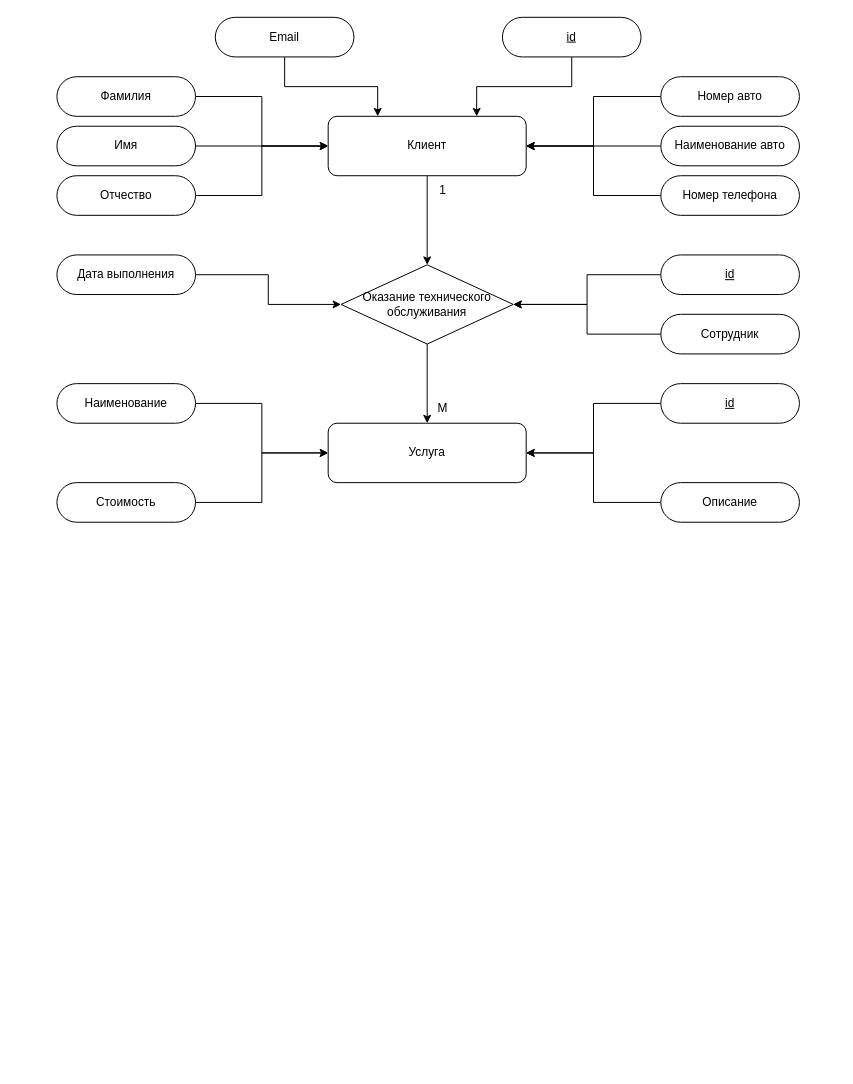
Citizen-code/CourseWork keeps this draw.io diagram as Schemes/Концептуальная модель БД.drawio. Above is the earlier version. Source tidied: cells renumbered, new cells numbered last; positions are measured from the earlier drawing's top-left corner, leaving out a move shared by most shapes. Both pictures are drawn from the tidied source at 99%, with x=0, y=0 at pixel (56, 17).
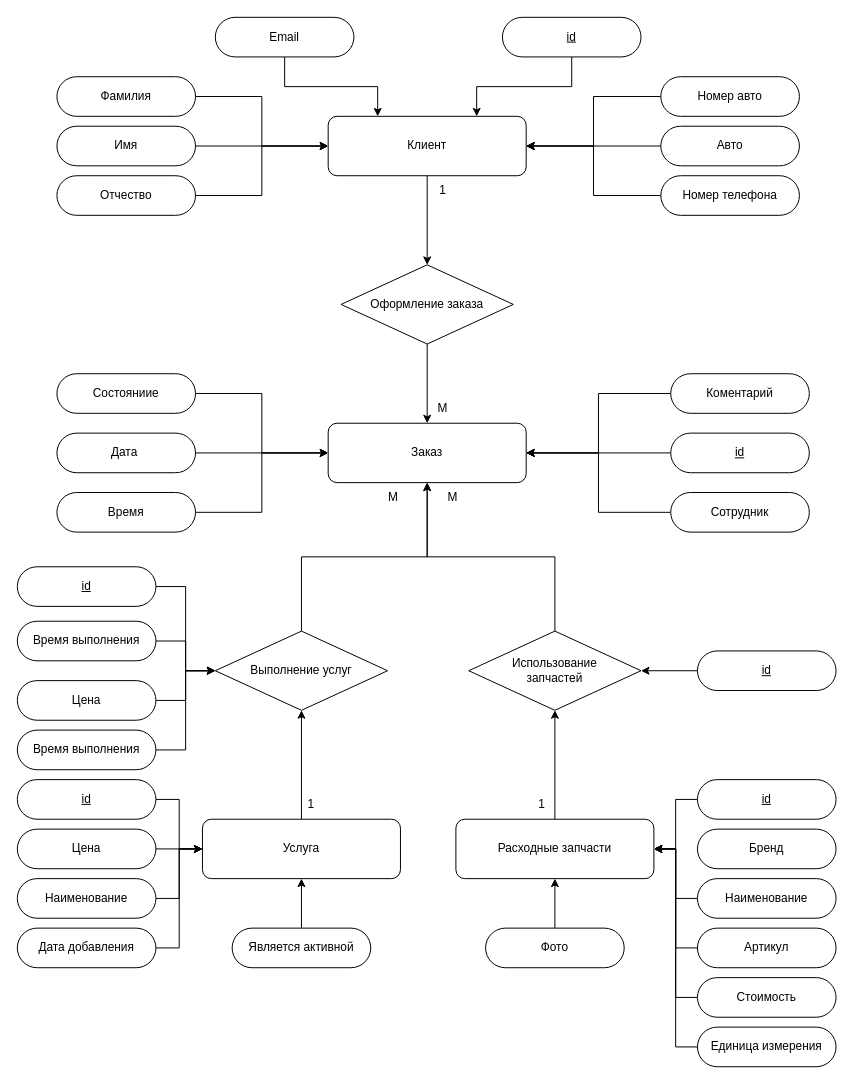
Above is the later version.

What changed in the source:
```diff
@@
-    <mxCell id="4" value="Услуга" style="rounded=1;whiteSpace=wrap;html=1;" parent="1" vertex="1">
-      <mxGeometry x="274" y="410" width="200" height="60" as="geometry" />
-    </mxCell>
-    <mxCell id="5" style="edgeStyle=orthogonalEdgeStyle;rounded=0;jettySize=auto;html=1;" parent="1" edge="1" source="6" target="4">
-      <mxGeometry relative="1" as="geometry" />
-    </mxCell>
+    <mxCell id="39" style="edgeStyle=orthogonalEdgeStyle;rounded=0;jettySize=auto;html=1;exitX=0.5;exitY=1;exitDx=0;exitDy=0;entryX=0.5;entryY=0;entryDx=0;entryDy=0;" parent="1" edge="1" source="6" target="40">
+      <mxGeometry relative="1" as="geometry" />
+    </mxCell>
-    <mxCell id="6" value="Оказание технического обслуживания" style="rhombus;whiteSpace=wrap;html=1;" parent="1" vertex="1">
+    <mxCell id="6" value="Оформление заказа" style="rhombus;whiteSpace=wrap;html=1;" parent="1" vertex="1">
       <mxGeometry x="287" y="250" width="174" height="80" as="geometry" />
     </mxCell>
@@
-    <mxCell id="18" value="Наименование авто" style="rounded=1;whiteSpace=wrap;html=1;arcSize=50;" parent="1" vertex="1">
+    <mxCell id="18" value="Авто" style="rounded=1;whiteSpace=wrap;html=1;arcSize=50;" parent="1" vertex="1">
       <mxGeometry x="610" y="110" width="140" height="40" as="geometry" />
     </mxCell>
@@
-    <mxCell id="23" style="edgeStyle=orthogonalEdgeStyle;rounded=0;jettySize=auto;html=1;exitX=0;exitY=0.5;exitDx=0;exitDy=0;entryX=1;entryY=0.5;entryDx=0;entryDy=0;" parent="1" edge="1" source="24" target="6">
-      <mxGeometry relative="1" as="geometry" />
-    </mxCell>
-    <mxCell id="24" value="&lt;u&gt;id&lt;/u&gt;" style="rounded=1;whiteSpace=wrap;html=1;arcSize=50;" parent="1" vertex="1">
-      <mxGeometry x="610" y="240" width="140" height="40" as="geometry" />
-    </mxCell>
-    <mxCell id="25" style="edgeStyle=orthogonalEdgeStyle;rounded=0;jettySize=auto;html=1;exitX=0;exitY=0.5;exitDx=0;exitDy=0;entryX=1;entryY=0.5;entryDx=0;entryDy=0;" parent="1" edge="1" source="26" target="6">
-      <mxGeometry relative="1" as="geometry" />
-    </mxCell>
+    <mxCell id="37" value="1" style="text;html=1;strokeColor=none;fillColor=none;align=center;verticalAlign=middle;whiteSpace=wrap;rounded=0;" parent="1" vertex="1">
+      <mxGeometry x="360" y="160" width="60" height="30" as="geometry" />
+    </mxCell>
+    <mxCell id="40" value="Заказ" style="rounded=1;whiteSpace=wrap;html=1;" parent="1" vertex="1">
+      <mxGeometry x="274" y="410" width="200" height="60" as="geometry" />
+    </mxCell>
+    <mxCell id="41" style="edgeStyle=orthogonalEdgeStyle;rounded=0;jettySize=auto;html=1;exitX=0.5;exitY=0;exitDx=0;exitDy=0;entryX=0.5;entryY=1;entryDx=0;entryDy=0;" parent="1" edge="1" source="4" target="56">
+      <mxGeometry relative="1" as="geometry" />
+    </mxCell>
+    <mxCell id="4" value="Услуга" style="rounded=1;whiteSpace=wrap;html=1;" parent="1" vertex="1">
+      <mxGeometry x="147" y="810" width="200" height="60" as="geometry" />
+    </mxCell>
+    <mxCell id="42" style="edgeStyle=orthogonalEdgeStyle;rounded=0;jettySize=auto;html=1;exitX=0;exitY=0.5;exitDx=0;exitDy=0;entryX=1;entryY=0.5;entryDx=0;entryDy=0;" parent="1" edge="1" source="43" target="40">
+      <mxGeometry relative="1" as="geometry" />
+    </mxCell>
+    <mxCell id="43" value="&lt;u&gt;id&lt;/u&gt;" style="rounded=1;whiteSpace=wrap;html=1;arcSize=50;" parent="1" vertex="1">
+      <mxGeometry x="620" y="420" width="140" height="40" as="geometry" />
+    </mxCell>
+    <mxCell id="44" style="edgeStyle=orthogonalEdgeStyle;rounded=0;jettySize=auto;html=1;exitX=1;exitY=0.5;exitDx=0;exitDy=0;entryX=0;entryY=0.5;entryDx=0;entryDy=0;" parent="1" edge="1" source="45" target="40">
+      <mxGeometry relative="1" as="geometry" />
+    </mxCell>
+    <mxCell id="45" value="Дата&amp;nbsp;" style="rounded=1;whiteSpace=wrap;html=1;arcSize=50;" parent="1" vertex="1">
+      <mxGeometry y="420" width="140" height="40" as="geometry" />
+    </mxCell>
+    <mxCell id="46" style="edgeStyle=orthogonalEdgeStyle;rounded=0;jettySize=auto;html=1;exitX=1;exitY=0.5;exitDx=0;exitDy=0;entryX=0;entryY=0.5;entryDx=0;entryDy=0;" parent="1" edge="1" source="47" target="40">
+      <mxGeometry relative="1" as="geometry" />
+    </mxCell>
+    <mxCell id="47" value="Время" style="rounded=1;whiteSpace=wrap;html=1;arcSize=50;" parent="1" vertex="1">
+      <mxGeometry y="480" width="140" height="40" as="geometry" />
+    </mxCell>
+    <mxCell id="48" style="edgeStyle=orthogonalEdgeStyle;rounded=0;jettySize=auto;html=1;exitX=1;exitY=0.5;exitDx=0;exitDy=0;entryX=0;entryY=0.5;entryDx=0;entryDy=0;" parent="1" edge="1" source="49" target="40">
+      <mxGeometry relative="1" as="geometry" />
+    </mxCell>
+    <mxCell id="49" value="Состояниие" style="rounded=1;whiteSpace=wrap;html=1;arcSize=50;" parent="1" vertex="1">
+      <mxGeometry y="360" width="140" height="40" as="geometry" />
+    </mxCell>
+    <mxCell id="50" style="edgeStyle=orthogonalEdgeStyle;rounded=0;jettySize=auto;html=1;exitX=0;exitY=0.5;exitDx=0;exitDy=0;entryX=1;entryY=0.5;entryDx=0;entryDy=0;" parent="1" edge="1" source="51" target="40">
+      <mxGeometry relative="1" as="geometry" />
+    </mxCell>
+    <mxCell id="51" value="Коментарий" style="rounded=1;whiteSpace=wrap;html=1;arcSize=50;" parent="1" vertex="1">
+      <mxGeometry x="620" y="360" width="140" height="40" as="geometry" />
+    </mxCell>
+    <mxCell id="52" style="edgeStyle=orthogonalEdgeStyle;rounded=0;jettySize=auto;html=1;exitX=0;exitY=0.5;exitDx=0;exitDy=0;entryX=1;entryY=0.5;entryDx=0;entryDy=0;" parent="1" edge="1" source="26" target="40">
+      <mxGeometry relative="1" as="geometry" />
+    </mxCell>
     <mxCell id="26" value="Сотрудник" style="rounded=1;whiteSpace=wrap;html=1;arcSize=50;" parent="1" vertex="1">
-      <mxGeometry x="610" y="300" width="140" height="40" as="geometry" />
+      <mxGeometry x="620" y="480" width="140" height="40" as="geometry" />
     </mxCell>
-    <mxCell id="27" style="edgeStyle=orthogonalEdgeStyle;rounded=0;jettySize=auto;html=1;exitX=1;exitY=0.5;exitDx=0;exitDy=0;entryX=0;entryY=0.5;entryDx=0;entryDy=0;" parent="1" edge="1" source="28" target="6">
-      <mxGeometry relative="1" as="geometry" />
-    </mxCell>
-    <mxCell id="28" value="Дата выполнения" style="rounded=1;whiteSpace=wrap;html=1;arcSize=50;" parent="1" vertex="1">
-      <mxGeometry y="240" width="140" height="40" as="geometry" />
-    </mxCell>
-    <mxCell id="29" style="edgeStyle=orthogonalEdgeStyle;rounded=0;jettySize=auto;html=1;exitX=0;exitY=0.5;exitDx=0;exitDy=0;entryX=1;entryY=0.5;entryDx=0;entryDy=0;" parent="1" edge="1" source="30" target="4">
-      <mxGeometry relative="1" as="geometry" />
-    </mxCell>
-    <mxCell id="30" value="&lt;u&gt;id&lt;/u&gt;" style="rounded=1;whiteSpace=wrap;html=1;arcSize=50;" parent="1" vertex="1">
-      <mxGeometry x="610" y="370" width="140" height="40" as="geometry" />
-    </mxCell>
-    <mxCell id="31" style="edgeStyle=orthogonalEdgeStyle;rounded=0;jettySize=auto;html=1;exitX=0;exitY=0.5;exitDx=0;exitDy=0;entryX=1;entryY=0.5;entryDx=0;entryDy=0;" parent="1" edge="1" source="32" target="4">
-      <mxGeometry relative="1" as="geometry" />
-    </mxCell>
-    <mxCell id="32" value="Описание" style="rounded=1;whiteSpace=wrap;html=1;arcSize=50;" parent="1" vertex="1">
-      <mxGeometry x="610" y="470" width="140" height="40" as="geometry" />
-    </mxCell>
-    <mxCell id="33" style="edgeStyle=orthogonalEdgeStyle;rounded=0;jettySize=auto;html=1;exitX=1;exitY=0.5;exitDx=0;exitDy=0;entryX=0;entryY=0.5;entryDx=0;entryDy=0;" parent="1" edge="1" source="34" target="4">
-      <mxGeometry relative="1" as="geometry" />
-    </mxCell>
-    <mxCell id="34" value="Наименование" style="rounded=1;whiteSpace=wrap;html=1;arcSize=50;" parent="1" vertex="1">
-      <mxGeometry y="370" width="140" height="40" as="geometry" />
-    </mxCell>
-    <mxCell id="35" style="edgeStyle=orthogonalEdgeStyle;rounded=0;jettySize=auto;html=1;exitX=1;exitY=0.5;exitDx=0;exitDy=0;entryX=0;entryY=0.5;entryDx=0;entryDy=0;" parent="1" edge="1" source="36" target="4">
-      <mxGeometry relative="1" as="geometry" />
-    </mxCell>
+    <mxCell id="53" style="edgeStyle=orthogonalEdgeStyle;rounded=0;jettySize=auto;html=1;exitX=0.5;exitY=0;exitDx=0;exitDy=0;entryX=0.5;entryY=1;entryDx=0;entryDy=0;" parent="1" edge="1" source="54" target="65">
+      <mxGeometry relative="1" as="geometry" />
+    </mxCell>
+    <mxCell id="54" value="Расходные запчасти" style="rounded=1;whiteSpace=wrap;html=1;" parent="1" vertex="1">
+      <mxGeometry x="403" y="810" width="200" height="60" as="geometry" />
+    </mxCell>
+    <mxCell id="55" style="edgeStyle=orthogonalEdgeStyle;rounded=0;jettySize=auto;html=1;exitX=0.5;exitY=0;exitDx=0;exitDy=0;entryX=0.5;entryY=1;entryDx=0;entryDy=0;" parent="1" edge="1" source="56" target="40">
+      <mxGeometry relative="1" as="geometry" />
+    </mxCell>
+    <mxCell id="56" value="Выполнение услуг" style="rhombus;whiteSpace=wrap;html=1;" parent="1" vertex="1">
+      <mxGeometry x="160" y="620" width="174" height="80" as="geometry" />
+    </mxCell>
+    <mxCell id="57" value="М" style="text;html=1;strokeColor=none;fillColor=none;align=center;verticalAlign=middle;whiteSpace=wrap;rounded=0;" parent="1" vertex="1">
+      <mxGeometry x="360" y="380" width="60" height="30" as="geometry" />
+    </mxCell>
+    <mxCell id="58" style="edgeStyle=orthogonalEdgeStyle;rounded=0;jettySize=auto;html=1;exitX=1;exitY=0.5;exitDx=0;exitDy=0;entryX=0;entryY=0.5;entryDx=0;entryDy=0;" parent="1" edge="1" source="59" target="56">
+      <mxGeometry relative="1" as="geometry" />
+    </mxCell>
+    <mxCell id="59" value="&lt;u&gt;id&lt;/u&gt;" style="rounded=1;whiteSpace=wrap;html=1;arcSize=50;" parent="1" vertex="1">
+      <mxGeometry x="-40" y="555" width="140" height="40" as="geometry" />
+    </mxCell>
+    <mxCell id="60" style="edgeStyle=orthogonalEdgeStyle;rounded=0;jettySize=auto;html=1;exitX=1;exitY=0.5;exitDx=0;exitDy=0;entryX=0;entryY=0.5;entryDx=0;entryDy=0;" parent="1" edge="1" source="61" target="56">
+      <mxGeometry relative="1" as="geometry" />
+    </mxCell>
+    <mxCell id="61" value="Время выполнения" style="rounded=1;whiteSpace=wrap;html=1;arcSize=50;" parent="1" vertex="1">
+      <mxGeometry x="-40" y="610" width="140" height="40" as="geometry" />
+    </mxCell>
+    <mxCell id="62" style="edgeStyle=orthogonalEdgeStyle;rounded=0;jettySize=auto;html=1;exitX=1;exitY=0.5;exitDx=0;exitDy=0;entryX=0;entryY=0.5;entryDx=0;entryDy=0;" parent="1" edge="1" source="63" target="56">
+      <mxGeometry relative="1" as="geometry" />
+    </mxCell>
+    <mxCell id="63" value="Время выполнения" style="rounded=1;whiteSpace=wrap;html=1;arcSize=50;" parent="1" vertex="1">
+      <mxGeometry x="-40" y="720" width="140" height="40" as="geometry" />
+    </mxCell>
+    <mxCell id="64" style="edgeStyle=orthogonalEdgeStyle;rounded=0;jettySize=auto;html=1;exitX=0.5;exitY=0;exitDx=0;exitDy=0;entryX=0.5;entryY=1;entryDx=0;entryDy=0;" parent="1" edge="1" source="65" target="40">
+      <mxGeometry relative="1" as="geometry" />
+    </mxCell>
+    <mxCell id="65" value="Использование &lt;br&gt;запчастей" style="rhombus;whiteSpace=wrap;html=1;" parent="1" vertex="1">
+      <mxGeometry x="416" y="620" width="174" height="80" as="geometry" />
+    </mxCell>
+    <mxCell id="66" style="edgeStyle=orthogonalEdgeStyle;rounded=0;jettySize=auto;html=1;exitX=0;exitY=0.5;exitDx=0;exitDy=0;entryX=1;entryY=0.5;entryDx=0;entryDy=0;" parent="1" edge="1" source="67" target="65">
+      <mxGeometry relative="1" as="geometry" />
+    </mxCell>
+    <mxCell id="67" value="&lt;u&gt;id&lt;/u&gt;" style="rounded=1;whiteSpace=wrap;html=1;arcSize=50;" parent="1" vertex="1">
+      <mxGeometry x="647" y="640" width="140" height="40" as="geometry" />
+    </mxCell>
+    <mxCell id="68" style="edgeStyle=orthogonalEdgeStyle;rounded=0;jettySize=auto;html=1;exitX=1;exitY=0.5;exitDx=0;exitDy=0;entryX=0;entryY=0.5;entryDx=0;entryDy=0;" parent="1" edge="1" source="69" target="56">
+      <mxGeometry relative="1" as="geometry" />
+    </mxCell>
+    <mxCell id="69" value="Цена" style="rounded=1;whiteSpace=wrap;html=1;arcSize=50;" parent="1" vertex="1">
+      <mxGeometry x="-40" y="670" width="140" height="40" as="geometry" />
+    </mxCell>
+    <mxCell id="70" value="М" style="text;html=1;strokeColor=none;fillColor=none;align=center;verticalAlign=middle;whiteSpace=wrap;rounded=0;" parent="1" vertex="1">
+      <mxGeometry x="310" y="470" width="60" height="30" as="geometry" />
+    </mxCell>
+    <mxCell id="71" value="М" style="text;html=1;strokeColor=none;fillColor=none;align=center;verticalAlign=middle;whiteSpace=wrap;rounded=0;" parent="1" vertex="1">
+      <mxGeometry x="370" y="470" width="60" height="30" as="geometry" />
+    </mxCell>
+    <mxCell id="72" value="1" style="text;html=1;strokeColor=none;fillColor=none;align=center;verticalAlign=middle;whiteSpace=wrap;rounded=0;" parent="1" vertex="1">
+      <mxGeometry x="227" y="780" width="60" height="30" as="geometry" />
+    </mxCell>
+    <mxCell id="73" value="1" style="text;html=1;strokeColor=none;fillColor=none;align=center;verticalAlign=middle;whiteSpace=wrap;rounded=0;" parent="1" vertex="1">
+      <mxGeometry x="460" y="780" width="60" height="30" as="geometry" />
+    </mxCell>
+    <mxCell id="74" style="edgeStyle=orthogonalEdgeStyle;rounded=0;jettySize=auto;html=1;exitX=0;exitY=0.5;exitDx=0;exitDy=0;entryX=1;entryY=0.5;entryDx=0;entryDy=0;" parent="1" edge="1" source="75" target="54">
+      <mxGeometry relative="1" as="geometry" />
+    </mxCell>
+    <mxCell id="75" value="&lt;u&gt;id&lt;/u&gt;" style="rounded=1;whiteSpace=wrap;html=1;arcSize=50;" parent="1" vertex="1">
+      <mxGeometry x="647" y="770" width="140" height="40" as="geometry" />
+    </mxCell>
+    <mxCell id="76" style="edgeStyle=orthogonalEdgeStyle;rounded=0;jettySize=auto;html=1;exitX=1;exitY=0.5;exitDx=0;exitDy=0;entryX=0;entryY=0.5;entryDx=0;entryDy=0;" parent="1" edge="1" source="77" target="4">
+      <mxGeometry relative="1" as="geometry" />
+    </mxCell>
+    <mxCell id="77" value="&lt;u&gt;id&lt;/u&gt;" style="rounded=1;whiteSpace=wrap;html=1;arcSize=50;" parent="1" vertex="1">
+      <mxGeometry x="-40" y="770" width="140" height="40" as="geometry" />
+    </mxCell>
+    <mxCell id="78" style="edgeStyle=orthogonalEdgeStyle;rounded=0;jettySize=auto;html=1;exitX=1;exitY=0.5;exitDx=0;exitDy=0;entryX=0;entryY=0.5;entryDx=0;entryDy=0;" parent="1" edge="1" source="79" target="4">
+      <mxGeometry relative="1" as="geometry" />
+    </mxCell>
+    <mxCell id="79" value="Цена" style="rounded=1;whiteSpace=wrap;html=1;arcSize=50;" parent="1" vertex="1">
+      <mxGeometry x="-40" y="820" width="140" height="40" as="geometry" />
+    </mxCell>
+    <mxCell id="80" style="edgeStyle=orthogonalEdgeStyle;rounded=0;jettySize=auto;html=1;exitX=1;exitY=0.5;exitDx=0;exitDy=0;entryX=0;entryY=0.5;entryDx=0;entryDy=0;" parent="1" edge="1" source="81" target="4">
+      <mxGeometry relative="1" as="geometry" />
+    </mxCell>
+    <mxCell id="81" value="Наименование" style="rounded=1;whiteSpace=wrap;html=1;arcSize=50;" parent="1" vertex="1">
+      <mxGeometry x="-40" y="870" width="140" height="40" as="geometry" />
+    </mxCell>
+    <mxCell id="82" style="edgeStyle=orthogonalEdgeStyle;rounded=0;jettySize=auto;html=1;exitX=1;exitY=0.5;exitDx=0;exitDy=0;entryX=0;entryY=0.5;entryDx=0;entryDy=0;" parent="1" edge="1" source="83" target="4">
+      <mxGeometry relative="1" as="geometry" />
+    </mxCell>
+    <mxCell id="83" value="Дата добавления" style="rounded=1;whiteSpace=wrap;html=1;arcSize=50;" parent="1" vertex="1">
+      <mxGeometry x="-40" y="920" width="140" height="40" as="geometry" />
+    </mxCell>
+    <mxCell id="84" style="edgeStyle=orthogonalEdgeStyle;rounded=0;jettySize=auto;html=1;exitX=0.5;exitY=0;exitDx=0;exitDy=0;entryX=0.5;entryY=1;entryDx=0;entryDy=0;" parent="1" edge="1" source="85" target="4">
+      <mxGeometry relative="1" as="geometry" />
+    </mxCell>
+    <mxCell id="85" value="Является активной" style="rounded=1;whiteSpace=wrap;html=1;arcSize=50;" parent="1" vertex="1">
+      <mxGeometry x="177" y="920" width="140" height="40" as="geometry" />
+    </mxCell>
+    <mxCell id="86" value="Бренд" style="rounded=1;whiteSpace=wrap;html=1;arcSize=50;" parent="1" vertex="1">
+      <mxGeometry x="647" y="820" width="140" height="40" as="geometry" />
+    </mxCell>
+    <mxCell id="87" style="edgeStyle=orthogonalEdgeStyle;rounded=0;jettySize=auto;html=1;exitX=0;exitY=0.5;exitDx=0;exitDy=0;entryX=1;entryY=0.5;entryDx=0;entryDy=0;" parent="1" edge="1" source="88" target="54">
+      <mxGeometry relative="1" as="geometry" />
+    </mxCell>
+    <mxCell id="88" value="Наименование" style="rounded=1;whiteSpace=wrap;html=1;arcSize=50;" parent="1" vertex="1">
+      <mxGeometry x="647" y="870" width="140" height="40" as="geometry" />
+    </mxCell>
+    <mxCell id="89" style="edgeStyle=orthogonalEdgeStyle;rounded=0;jettySize=auto;html=1;exitX=0;exitY=0.5;exitDx=0;exitDy=0;entryX=1;entryY=0.5;entryDx=0;entryDy=0;" parent="1" edge="1" source="90" target="54">
+      <mxGeometry relative="1" as="geometry" />
+    </mxCell>
+    <mxCell id="90" value="Артикул" style="rounded=1;whiteSpace=wrap;html=1;arcSize=50;" parent="1" vertex="1">
+      <mxGeometry x="647" y="920" width="140" height="40" as="geometry" />
+    </mxCell>
+    <mxCell id="91" style="edgeStyle=orthogonalEdgeStyle;rounded=0;jettySize=auto;html=1;exitX=0;exitY=0.5;exitDx=0;exitDy=0;entryX=1;entryY=0.5;entryDx=0;entryDy=0;" parent="1" edge="1" source="36" target="54">
+      <mxGeometry relative="1" as="geometry" />
+    </mxCell>
     <mxCell id="36" value="Стоимость" style="rounded=1;whiteSpace=wrap;html=1;arcSize=50;" parent="1" vertex="1">
-      <mxGeometry y="470" width="140" height="40" as="geometry" />
+      <mxGeometry x="647" y="970" width="140" height="40" as="geometry" />
     </mxCell>
-    <mxCell id="37" value="1" style="text;html=1;strokeColor=none;fillColor=none;align=center;verticalAlign=middle;whiteSpace=wrap;rounded=0;" parent="1" vertex="1">
-      <mxGeometry x="360" y="160" width="60" height="30" as="geometry" />
-    </mxCell>
-    <mxCell id="38" value="M" style="text;html=1;strokeColor=none;fillColor=none;align=center;verticalAlign=middle;whiteSpace=wrap;rounded=0;" parent="1" vertex="1">
-      <mxGeometry x="360" y="380" width="60" height="30" as="geometry" />
-    </mxCell>
+    <mxCell id="92" style="edgeStyle=orthogonalEdgeStyle;rounded=0;jettySize=auto;html=1;exitX=0;exitY=0.5;exitDx=0;exitDy=0;entryX=1;entryY=0.5;entryDx=0;entryDy=0;" parent="1" edge="1" source="93" target="54">
+      <mxGeometry relative="1" as="geometry" />
+    </mxCell>
+    <mxCell id="93" value="Единица измерения" style="rounded=1;whiteSpace=wrap;html=1;arcSize=50;" parent="1" vertex="1">
+      <mxGeometry x="647" y="1020" width="140" height="40" as="geometry" />
+    </mxCell>
+    <mxCell id="94" style="edgeStyle=orthogonalEdgeStyle;rounded=0;jettySize=auto;html=1;exitX=0.5;exitY=0;exitDx=0;exitDy=0;entryX=0.5;entryY=1;entryDx=0;entryDy=0;" parent="1" edge="1" source="95" target="54">
+      <mxGeometry relative="1" as="geometry" />
+    </mxCell>
+    <mxCell id="95" value="Фото" style="rounded=1;whiteSpace=wrap;html=1;arcSize=50;" parent="1" vertex="1">
+      <mxGeometry x="433" y="920" width="140" height="40" as="geometry" />
+    </mxCell>
```
